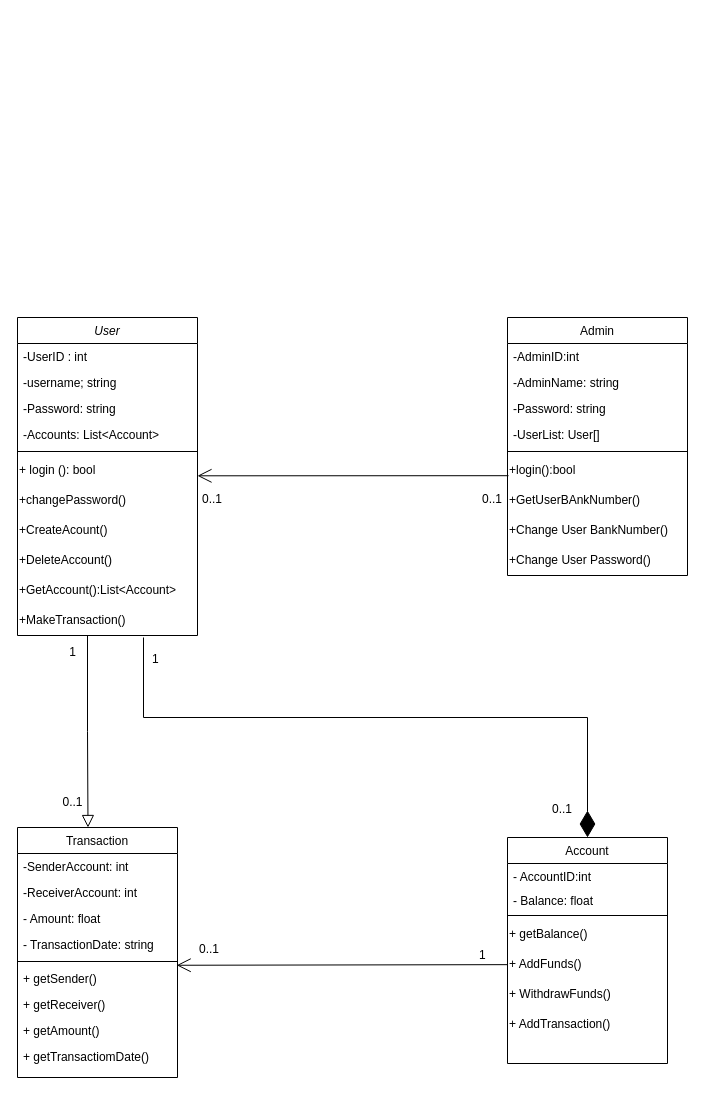
Earlier version of the draw.io diagram BAnkApplikation/Bank.drawio (Hanane8/Bank-Applikation). Source tidied: cells renumbered, new cells numbered last; positions are measured from the earlier drawing's top-left corner, leaving out a move shared by most shapes. Both pictures are drawn from the tidied source at 100%, with x=0, y=0 at pixel (17, 317).
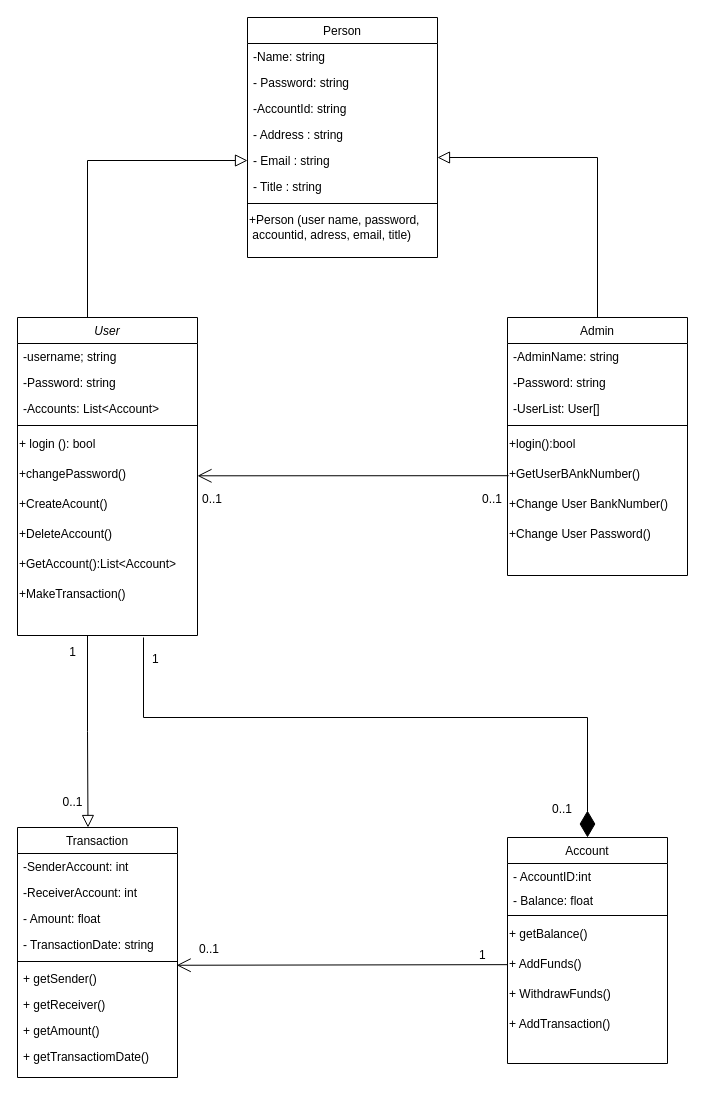
Above is the later version.

Unchanged cells that the change refers to:
```xml
<mxCell id="2" value="User" style="swimlane;fontStyle=2;align=center;verticalAlign=top;horizontal=1;startSize=26;rounded=0;shadow=0;strokeWidth=1;" parent="1" vertex="1">
  <mxGeometry width="180" height="318" as="geometry" />
</mxCell>
<mxCell id="25" value="Admin" style="swimlane;fontStyle=0;align=center;verticalAlign=top;horizontal=1;startSize=26;rounded=0;shadow=0;strokeWidth=1;" parent="1" vertex="1">
  <mxGeometry x="490" width="180" height="258" as="geometry" />
</mxCell>
```

Change to the diagram source:
```diff
@@
-    <mxCell id="3" value="-UserID : int" style="text;align=left;verticalAlign=top;spacingLeft=4;spacingRight=4;overflow=hidden;" parent="2" vertex="1">
-      <mxGeometry y="26" width="180" height="26" as="geometry" />
-    </mxCell>
     <mxCell id="4" value="-username; string" style="text;align=left;verticalAlign=top;spacingLeft=4;spacingRight=4;overflow=hidden;rounded=0;shadow=0;html=0;" parent="2" vertex="1">
-      <mxGeometry y="52" width="180" height="26" as="geometry" />
+      <mxGeometry y="26" width="180" height="26" as="geometry" />
     </mxCell>
     <mxCell id="5" value="-Password: string" style="text;align=left;verticalAlign=top;spacingLeft=4;spacingRight=4;overflow=hidden;rounded=0;shadow=0;html=0;" parent="2" vertex="1">
-      <mxGeometry y="78" width="180" height="26" as="geometry" />
+      <mxGeometry y="52" width="180" height="26" as="geometry" />
     </mxCell>
     <mxCell id="6" value="-Accounts: List&lt;Account&gt;" style="text;align=left;verticalAlign=top;spacingLeft=4;spacingRight=4;overflow=hidden;rounded=0;shadow=0;html=0;" parent="2" vertex="1">
-      <mxGeometry y="104" width="180" height="26" as="geometry" />
+      <mxGeometry y="78" width="180" height="26" as="geometry" />
     </mxCell>
     <mxCell id="7" style="line;html=1;strokeWidth=1;align=left;verticalAlign=middle;spacingTop=-1;spacingLeft=3;spacingRight=3;labelPosition=right;" parent="2" vertex="1">
-      <mxGeometry y="130" width="180" height="8" as="geometry" />
+      <mxGeometry y="104" width="180" height="8" as="geometry" />
     </mxCell>
     <mxCell id="8" value="+ login (): bool" style="text;html=1;align=left;verticalAlign=middle;strokeColor=none;fillColor=none;" parent="2" vertex="1">
-      <mxGeometry y="138" width="180" height="30" as="geometry" />
+      <mxGeometry y="112" width="180" height="30" as="geometry" />
     </mxCell>
     <mxCell id="9" value="+changePassword()" style="text;html=1;align=left;verticalAlign=middle;strokeColor=none;fillColor=none;" parent="2" vertex="1">
-      <mxGeometry y="168" width="180" height="30" as="geometry" />
+      <mxGeometry y="142" width="180" height="30" as="geometry" />
     </mxCell>
     <mxCell id="10" value="+CreateAcount()" style="text;html=1;align=left;verticalAlign=middle;strokeColor=none;fillColor=none;" parent="2" vertex="1">
-      <mxGeometry y="198" width="180" height="30" as="geometry" />
+      <mxGeometry y="172" width="180" height="30" as="geometry" />
     </mxCell>
     <mxCell id="11" value="+DeleteAccount()" style="text;html=1;align=left;verticalAlign=middle;strokeColor=none;fillColor=none;" parent="2" vertex="1">
-      <mxGeometry y="228" width="180" height="30" as="geometry" />
+      <mxGeometry y="202" width="180" height="30" as="geometry" />
     </mxCell>
     <mxCell id="12" value="+GetAccount():List&amp;lt;Account&amp;gt;" style="text;html=1;align=left;verticalAlign=middle;strokeColor=none;fillColor=none;" parent="2" vertex="1">
-      <mxGeometry y="258" width="180" height="30" as="geometry" />
+      <mxGeometry y="232" width="180" height="30" as="geometry" />
     </mxCell>
     <mxCell id="13" value="+MakeTransaction()" style="text;html=1;align=left;verticalAlign=middle;strokeColor=none;fillColor=none;" parent="2" vertex="1">
-      <mxGeometry y="288" width="180" height="30" as="geometry" />
+      <mxGeometry y="262" width="180" height="30" as="geometry" />
     </mxCell>
@@
-    <mxCell id="26" value="-AdminID:int" style="text;align=left;verticalAlign=top;spacingLeft=4;spacingRight=4;overflow=hidden;rounded=0;shadow=0;html=0;" parent="25" vertex="1">
-      <mxGeometry y="26" width="180" height="26" as="geometry" />
-    </mxCell>
     <mxCell id="27" value="-AdminName: string" style="text;align=left;verticalAlign=top;spacingLeft=4;spacingRight=4;overflow=hidden;rounded=0;shadow=0;html=0;" parent="25" vertex="1">
-      <mxGeometry y="52" width="180" height="26" as="geometry" />
+      <mxGeometry y="26" width="180" height="26" as="geometry" />
     </mxCell>
     <mxCell id="28" value="-Password: string" style="text;align=left;verticalAlign=top;spacingLeft=4;spacingRight=4;overflow=hidden;rounded=0;shadow=0;html=0;" parent="25" vertex="1">
-      <mxGeometry y="78" width="180" height="26" as="geometry" />
+      <mxGeometry y="52" width="180" height="26" as="geometry" />
     </mxCell>
     <mxCell id="29" value="-UserList: User[]" style="text;align=left;verticalAlign=top;spacingLeft=4;spacingRight=4;overflow=hidden;rounded=0;shadow=0;html=0;" parent="25" vertex="1">
-      <mxGeometry y="104" width="180" height="26" as="geometry" />
+      <mxGeometry y="78" width="180" height="26" as="geometry" />
     </mxCell>
     <mxCell id="30" style="line;html=1;strokeWidth=1;align=left;verticalAlign=middle;spacingTop=-1;spacingLeft=3;spacingRight=3;labelPosition=right;" parent="25" vertex="1">
-      <mxGeometry y="130" width="180" height="8" as="geometry" />
+      <mxGeometry y="104" width="180" height="8" as="geometry" />
     </mxCell>
     <mxCell id="31" value="+login():bool" style="text;html=1;align=left;verticalAlign=middle;strokeColor=none;fillColor=none;" parent="25" vertex="1">
-      <mxGeometry y="138" width="180" height="30" as="geometry" />
+      <mxGeometry y="112" width="180" height="30" as="geometry" />
     </mxCell>
     <mxCell id="32" value="+GetUserBAnkNumber()" style="text;html=1;align=left;verticalAlign=middle;strokeColor=none;fillColor=none;" parent="25" vertex="1">
-      <mxGeometry y="168" width="180" height="30" as="geometry" />
+      <mxGeometry y="142" width="180" height="30" as="geometry" />
     </mxCell>
     <mxCell id="33" value="+Change User BankNumber()" style="text;html=1;align=left;verticalAlign=middle;strokeColor=none;fillColor=none;" parent="25" vertex="1">
-      <mxGeometry y="198" width="180" height="30" as="geometry" />
+      <mxGeometry y="172" width="180" height="30" as="geometry" />
     </mxCell>
     <mxCell id="34" value="+Change User Password()" style="text;html=1;align=left;verticalAlign=middle;strokeColor=none;fillColor=none;" parent="25" vertex="1">
-      <mxGeometry y="228" width="180" height="30" as="geometry" />
+      <mxGeometry y="202" width="180" height="30" as="geometry" />
     </mxCell>
@@
+    <mxCell id="55" value="Person" style="swimlane;fontStyle=0;align=center;verticalAlign=top;horizontal=1;startSize=26;rounded=0;shadow=0;strokeWidth=1;" parent="1" vertex="1">
+      <mxGeometry x="230" y="-300" width="190" height="240" as="geometry" />
+    </mxCell>
+    <mxCell id="56" value="-Name: string" style="text;align=left;verticalAlign=top;spacingLeft=4;spacingRight=4;overflow=hidden;rounded=0;shadow=0;html=0;" parent="55" vertex="1">
+      <mxGeometry y="26" width="190" height="26" as="geometry" />
+    </mxCell>
+    <mxCell id="57" value="- Password: string" style="text;align=left;verticalAlign=top;spacingLeft=4;spacingRight=4;overflow=hidden;rounded=0;shadow=0;html=0;" parent="55" vertex="1">
+      <mxGeometry y="52" width="190" height="26" as="geometry" />
+    </mxCell>
+    <mxCell id="58" value="-AccountId: string" style="text;align=left;verticalAlign=top;spacingLeft=4;spacingRight=4;overflow=hidden;rounded=0;shadow=0;html=0;" parent="55" vertex="1">
+      <mxGeometry y="78" width="190" height="26" as="geometry" />
+    </mxCell>
+    <mxCell id="59" value="- Address : string" style="text;align=left;verticalAlign=top;spacingLeft=4;spacingRight=4;overflow=hidden;rounded=0;shadow=0;html=0;" parent="55" vertex="1">
+      <mxGeometry y="104" width="190" height="26" as="geometry" />
+    </mxCell>
+    <mxCell id="60" value="- Email : string" style="text;align=left;verticalAlign=top;spacingLeft=4;spacingRight=4;overflow=hidden;rounded=0;shadow=0;html=0;" parent="55" vertex="1">
+      <mxGeometry y="130" width="190" height="26" as="geometry" />
+    </mxCell>
+    <mxCell id="61" value="- Title : string" style="text;align=left;verticalAlign=top;spacingLeft=4;spacingRight=4;overflow=hidden;rounded=0;shadow=0;html=0;" parent="55" vertex="1">
+      <mxGeometry y="156" width="190" height="26" as="geometry" />
+    </mxCell>
+    <mxCell id="62" style="line;html=1;strokeWidth=1;align=left;verticalAlign=middle;spacingTop=-1;spacingLeft=3;spacingRight=3;labelPosition=right;" parent="55" vertex="1">
+      <mxGeometry y="182" width="190" height="8" as="geometry" />
+    </mxCell>
+    <mxCell id="63" value="+Person (user name, password,&lt;br&gt;&amp;nbsp;accountid, adress, email, title)" style="text;html=1;align=left;verticalAlign=middle;strokeColor=none;fillColor=none;" parent="55" vertex="1">
+      <mxGeometry y="190" width="190" height="40" as="geometry" />
+    </mxCell>
+    <mxCell id="64" style="endArrow=block;endSize=10;endFill=0;shadow=0;strokeWidth=1;rounded=0;edgeStyle=elbowEdgeStyle;elbow=vertical;entryX=1.032;entryY=0.205;entryDx=0;entryDy=0;entryPerimeter=0;exitX=0.5;exitY=0;exitDx=0;exitDy=0;" parent="1" edge="1" source="25">
+      <mxGeometry relative="1" as="geometry">
+        <mxPoint x="420" y="-159.7" as="targetPoint" />
+        <Array as="points">
+          <mxPoint x="493.9" y="-160" />
+        </Array>
+      </mxGeometry>
+    </mxCell>
+    <mxCell id="65" style="endArrow=block;endSize=10;endFill=0;shadow=0;strokeWidth=1;rounded=0;edgeStyle=elbowEdgeStyle;elbow=vertical;strokeColor=none;" parent="1" edge="1">
+      <mxGeometry relative="1" as="geometry">
+        <mxPoint x="90" as="sourcePoint" />
+        <mxPoint x="89.5" y="-192" as="targetPoint" />
+      </mxGeometry>
+    </mxCell>
+    <mxCell id="66" style="endArrow=block;endSize=10;endFill=0;shadow=0;strokeWidth=1;rounded=0;edgeStyle=elbowEdgeStyle;elbow=vertical;" parent="1" edge="1">
+      <mxGeometry relative="1" as="geometry">
+        <mxPoint x="70" as="sourcePoint" />
+        <mxPoint x="230" y="-157" as="targetPoint" />
+        <Array as="points">
+          <mxPoint x="140" y="-157" />
+        </Array>
+      </mxGeometry>
+    </mxCell>
```
